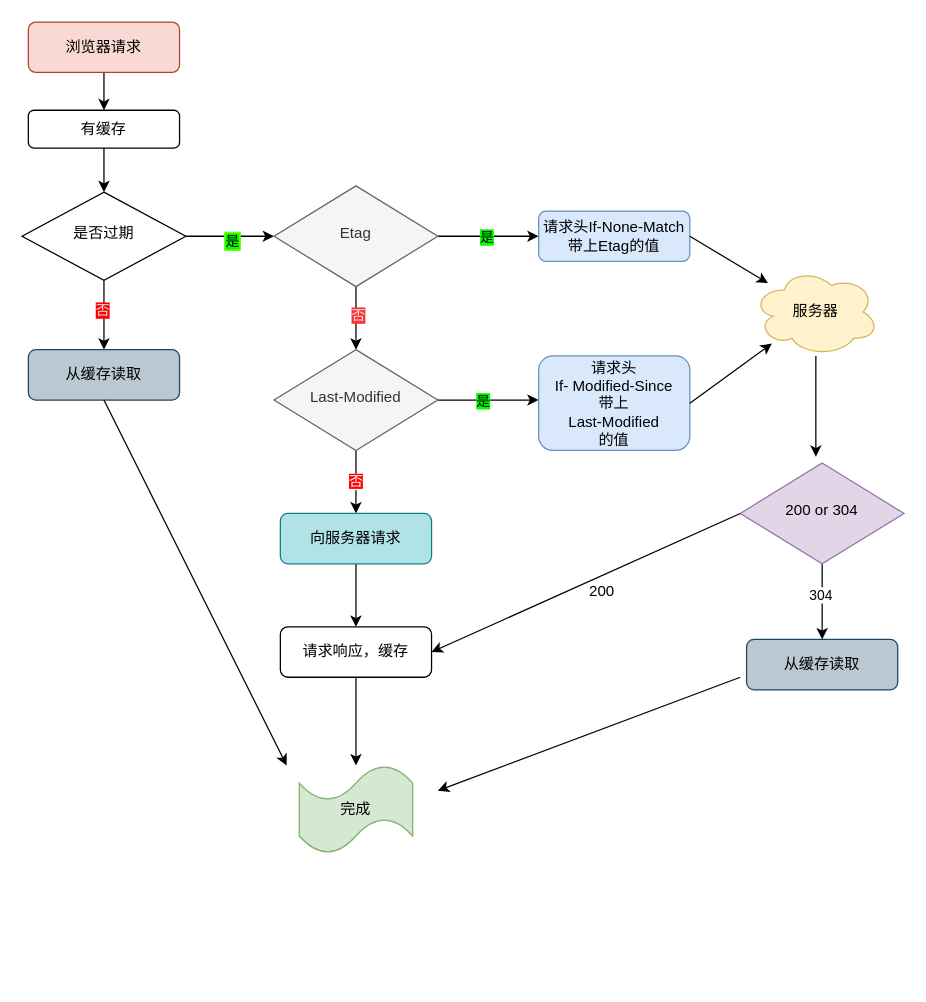
Above: _diagrams/浏览器缓存工作流程图.drawio in xuetengfei/xuetengfei.github.io (draw.io), before the change. Source tidied: cells renumbered, new cells numbered last; positions are measured from the earlier drawing's top-left corner, leaving out a move shared by most shapes. Both pictures are drawn from the tidied source at 126%, with x=0, y=0 at pixel (21, 21).
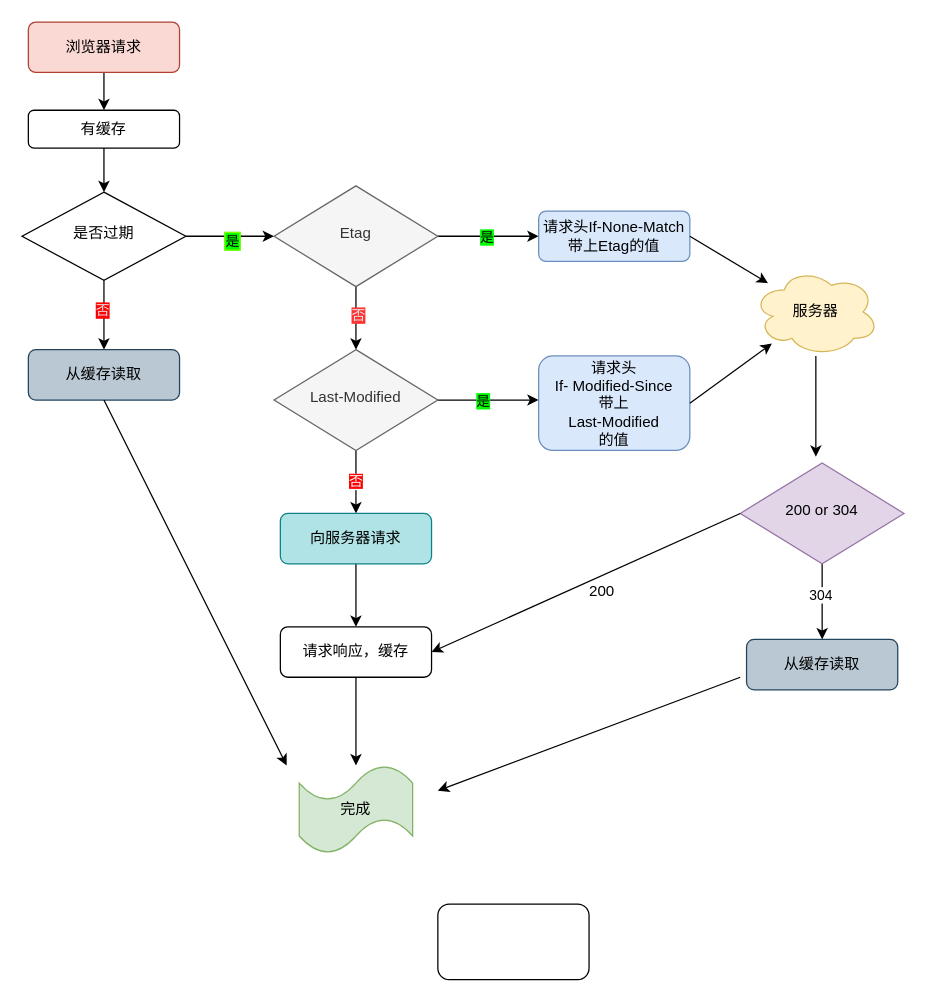
After the change.

Diff of the diagram source:
```diff
@@
+    <mxCell id="41" style="rounded=1;whiteSpace=wrap;html=1;" parent="1" vertex="1">
+      <mxGeometry x="330" y="700" width="120" height="60" as="geometry" />
+    </mxCell>
```
